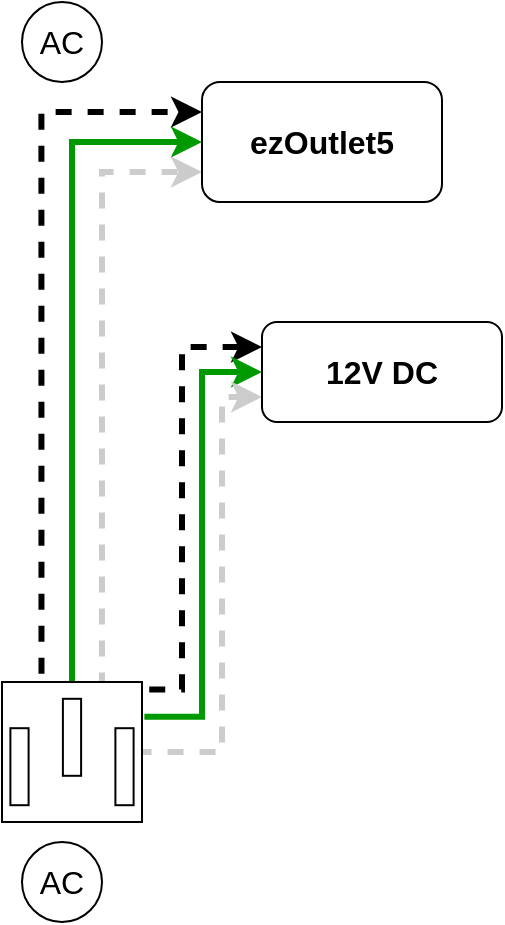
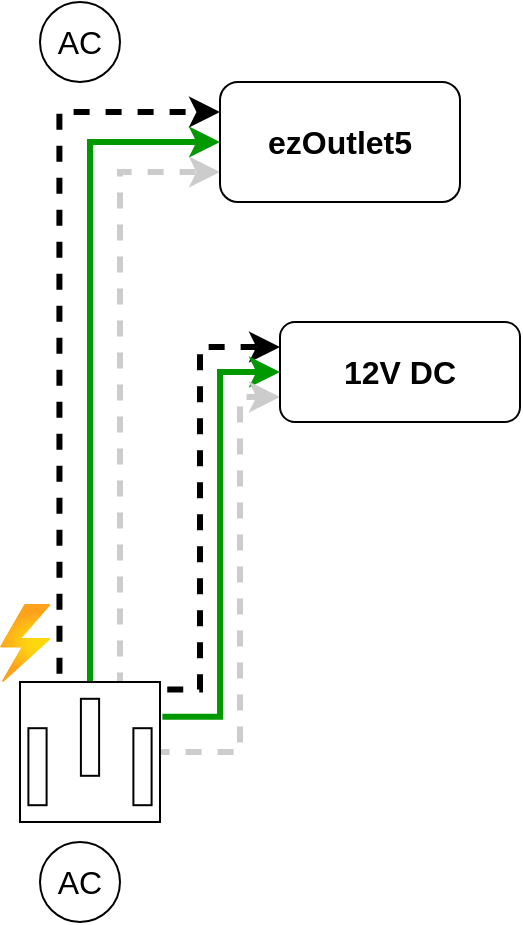
<mxfile host="app.diagrams.net" agent="Mozilla/5.0 (Windows NT 10.0; Win64; x64) AppleWebKit/537.36 (KHTML, like Gecko) Chrome/131.0.0.0 Safari/537.36 Edg/131.0.0.0" version="25.0.3">
  <diagram name="Page-1" id="VlRkN-xOVygPYa-iD9Ir">
    <mxGraphModel dx="1050" dy="658" grid="1" gridSize="10" guides="1" tooltips="1" connect="1" arrows="1" fold="1" page="1" pageScale="1" pageWidth="1169" pageHeight="827" background="none" math="0" shadow="0">
      <root>
        <mxCell id="0" />
        <mxCell id="1" parent="0" />
        <mxCell id="JVLtuT8sySUBbFbLTn6r-3" style="edgeStyle=orthogonalEdgeStyle;rounded=0;orthogonalLoop=1;jettySize=auto;html=1;entryX=0;entryY=0.25;entryDx=0;entryDy=0;exitX=0.282;exitY=-0.013;exitDx=0;exitDy=0;exitPerimeter=0;strokeWidth=3;flowAnimation=1;flowAnimationDirection=alternate;" edge="1" parent="1" source="pD8juBFKP1GN8B8eYQTb-1" target="pD8juBFKP1GN8B8eYQTb-3">
          <mxGeometry relative="1" as="geometry" />
        </mxCell>
        <mxCell id="JVLtuT8sySUBbFbLTn6r-4" style="edgeStyle=orthogonalEdgeStyle;rounded=0;orthogonalLoop=1;jettySize=auto;html=1;exitX=0.5;exitY=0;exitDx=0;exitDy=0;exitPerimeter=0;entryX=0;entryY=0.5;entryDx=0;entryDy=0;strokeColor=#009900;strokeWidth=3;" edge="1" parent="1" source="pD8juBFKP1GN8B8eYQTb-1" target="pD8juBFKP1GN8B8eYQTb-3">
          <mxGeometry relative="1" as="geometry" />
        </mxCell>
        <mxCell id="JVLtuT8sySUBbFbLTn6r-5" style="edgeStyle=orthogonalEdgeStyle;rounded=0;orthogonalLoop=1;jettySize=auto;html=1;entryX=0;entryY=0.75;entryDx=0;entryDy=0;exitX=0.714;exitY=0;exitDx=0;exitDy=0;exitPerimeter=0;strokeWidth=3;strokeColor=#CCCCCC;flowAnimation=1;flowAnimationDirection=alternate-reverse;" edge="1" parent="1" source="pD8juBFKP1GN8B8eYQTb-1" target="pD8juBFKP1GN8B8eYQTb-3">
          <mxGeometry relative="1" as="geometry">
            <mxPoint x="120" y="320" as="targetPoint" />
          </mxGeometry>
        </mxCell>
        <mxCell id="JVLtuT8sySUBbFbLTn6r-6" style="edgeStyle=orthogonalEdgeStyle;rounded=0;orthogonalLoop=1;jettySize=auto;html=1;entryX=0;entryY=0.25;entryDx=0;entryDy=0;exitX=1.006;exitY=0.054;exitDx=0;exitDy=0;exitPerimeter=0;strokeWidth=3;flowAnimation=1;flowAnimationDirection=alternate;" edge="1" parent="1" source="pD8juBFKP1GN8B8eYQTb-1" target="pD8juBFKP1GN8B8eYQTb-24">
          <mxGeometry relative="1" as="geometry">
            <Array as="points">
              <mxPoint x="120" y="404" />
              <mxPoint x="120" y="233" />
            </Array>
          </mxGeometry>
        </mxCell>
        <mxCell id="JVLtuT8sySUBbFbLTn6r-7" style="edgeStyle=orthogonalEdgeStyle;rounded=0;orthogonalLoop=1;jettySize=auto;html=1;entryX=0;entryY=0.5;entryDx=0;entryDy=0;exitX=1.017;exitY=0.249;exitDx=0;exitDy=0;exitPerimeter=0;strokeWidth=3;strokeColor=#009900;" edge="1" parent="1" source="pD8juBFKP1GN8B8eYQTb-1" target="pD8juBFKP1GN8B8eYQTb-24">
          <mxGeometry relative="1" as="geometry" />
        </mxCell>
        <mxCell id="JVLtuT8sySUBbFbLTn6r-8" style="edgeStyle=orthogonalEdgeStyle;rounded=0;orthogonalLoop=1;jettySize=auto;html=1;entryX=0;entryY=0.75;entryDx=0;entryDy=0;strokeColor=#CCCCCC;strokeWidth=3;flowAnimation=1;flowAnimationDirection=alternate-reverse;" edge="1" parent="1" source="pD8juBFKP1GN8B8eYQTb-1" target="pD8juBFKP1GN8B8eYQTb-24">
          <mxGeometry relative="1" as="geometry">
            <Array as="points">
              <mxPoint x="140" y="435" />
              <mxPoint x="140" y="258" />
            </Array>
          </mxGeometry>
        </mxCell>
        <mxCell id="pD8juBFKP1GN8B8eYQTb-1" value="" style="pointerEvents=1;verticalLabelPosition=bottom;shadow=0;dashed=0;align=center;html=1;verticalAlign=top;shape=mxgraph.electrical.miscellaneous.ac_out" parent="1" vertex="1">
          <mxGeometry x="30" y="400" width="70" height="70" as="geometry" />
        </mxCell>
        <mxCell id="JVLtuT8sySUBbFbLTn6r-1" value="" style="group" vertex="1" connectable="0" parent="1">
          <mxGeometry x="30" y="480" width="60" height="40" as="geometry" />
        </mxCell>
        <mxCell id="pD8juBFKP1GN8B8eYQTb-22" value="AC" style="text;html=1;align=center;verticalAlign=middle;whiteSpace=wrap;rounded=0;fontSize=16;" parent="JVLtuT8sySUBbFbLTn6r-1" vertex="1">
          <mxGeometry y="5" width="60" height="30" as="geometry" />
        </mxCell>
        <mxCell id="pD8juBFKP1GN8B8eYQTb-23" value="" style="ellipse;whiteSpace=wrap;html=1;fillColor=none;" parent="JVLtuT8sySUBbFbLTn6r-1" vertex="1">
          <mxGeometry x="10" width="40" height="40" as="geometry" />
        </mxCell>
        <mxCell id="JVLtuT8sySUBbFbLTn6r-2" value="" style="group" vertex="1" connectable="0" parent="1">
          <mxGeometry x="30" y="60" width="60" height="40" as="geometry" />
        </mxCell>
        <mxCell id="pD8juBFKP1GN8B8eYQTb-9" value="" style="ellipse;whiteSpace=wrap;html=1;fillColor=none;" parent="JVLtuT8sySUBbFbLTn6r-2" vertex="1">
          <mxGeometry x="10" width="40" height="40" as="geometry" />
        </mxCell>
        <mxCell id="pD8juBFKP1GN8B8eYQTb-11" value="AC" style="text;html=1;align=center;verticalAlign=middle;whiteSpace=wrap;rounded=0;fontSize=16;" parent="JVLtuT8sySUBbFbLTn6r-2" vertex="1">
          <mxGeometry y="5" width="60" height="30" as="geometry" />
        </mxCell>
        <mxCell id="JVLtuT8sySUBbFbLTn6r-9" value="" style="group" vertex="1" connectable="0" parent="1">
          <mxGeometry x="130" y="100" width="120" height="60" as="geometry" />
        </mxCell>
        <mxCell id="pD8juBFKP1GN8B8eYQTb-3" value="" style="rounded=1;whiteSpace=wrap;html=1;" parent="JVLtuT8sySUBbFbLTn6r-9" vertex="1">
          <mxGeometry width="120" height="60" as="geometry" />
        </mxCell>
        <mxCell id="pD8juBFKP1GN8B8eYQTb-15" value="&lt;b&gt;ezOutlet5&lt;/b&gt;" style="text;html=1;align=center;verticalAlign=middle;whiteSpace=wrap;rounded=0;fontSize=16;" parent="JVLtuT8sySUBbFbLTn6r-9" vertex="1">
          <mxGeometry x="30" y="10" width="60" height="40" as="geometry" />
        </mxCell>
        <mxCell id="JVLtuT8sySUBbFbLTn6r-11" value="" style="group" vertex="1" connectable="0" parent="1">
          <mxGeometry x="160" y="220" width="120" height="50" as="geometry" />
        </mxCell>
        <mxCell id="pD8juBFKP1GN8B8eYQTb-24" value="" style="rounded=1;whiteSpace=wrap;html=1;" parent="JVLtuT8sySUBbFbLTn6r-11" vertex="1">
          <mxGeometry width="120" height="50" as="geometry" />
        </mxCell>
        <mxCell id="JVLtuT8sySUBbFbLTn6r-10" value="&lt;font style=&quot;font-size: 16px;&quot;&gt;&lt;b&gt;12V DC&lt;/b&gt;&lt;/font&gt;" style="text;html=1;align=center;verticalAlign=middle;whiteSpace=wrap;rounded=0;" vertex="1" parent="JVLtuT8sySUBbFbLTn6r-11">
          <mxGeometry x="30" y="10" width="60" height="30" as="geometry" />
        </mxCell>
+         <mxCell id="JVLtuT8sySUBbFbLTn6r-12" value="" style="image;aspect=fixed;html=1;points=[];align=center;fontSize=12;image=img/lib/azure2/general/Power.svg;" vertex="1" parent="1">
+           <mxGeometry x="20" y="361" width="25.24" height="39" as="geometry" />
+         </mxCell>
      </root>
    </mxGraphModel>
  </diagram>
</mxfile>
